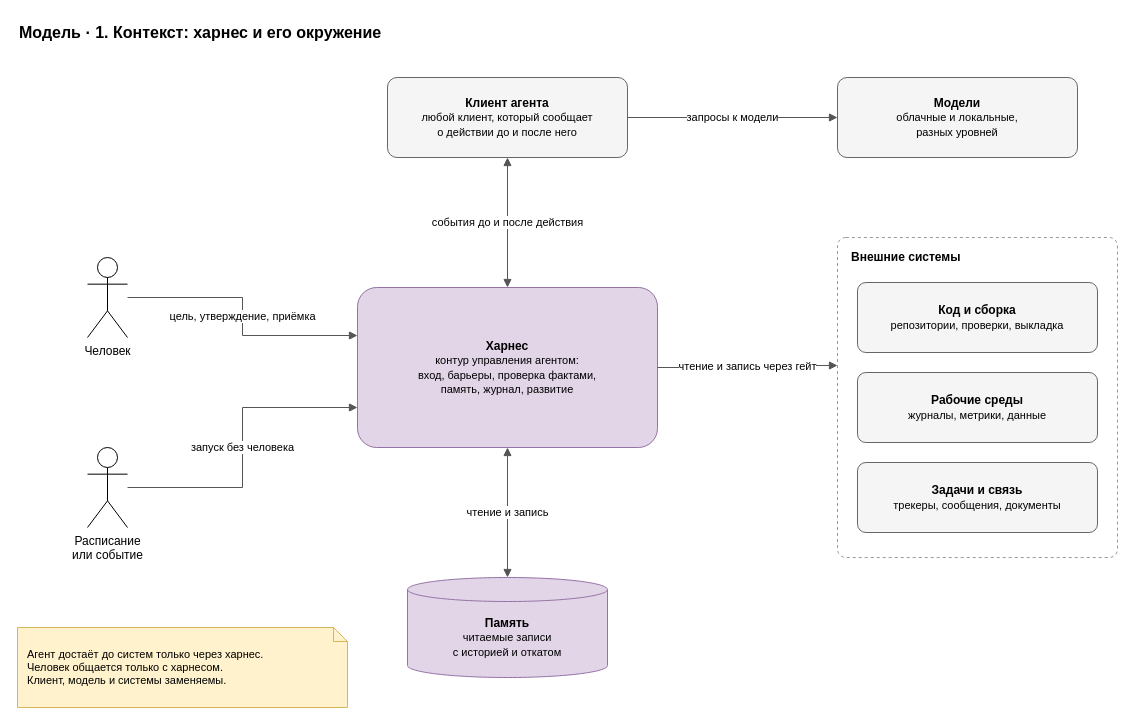
This is page "1. Контекст" (1 of 6) of docs/spec/harness-model.drawio from roygkov/reins, a draw.io file, before an edit. Source tidied: cells renumbered, new cells numbered last; positions are measured from the earlier drawing's top-left corner, leaving out a move shared by most shapes. Both pictures are drawn from the tidied source at 100%, with x=0, y=0 at pixel (17, 17).
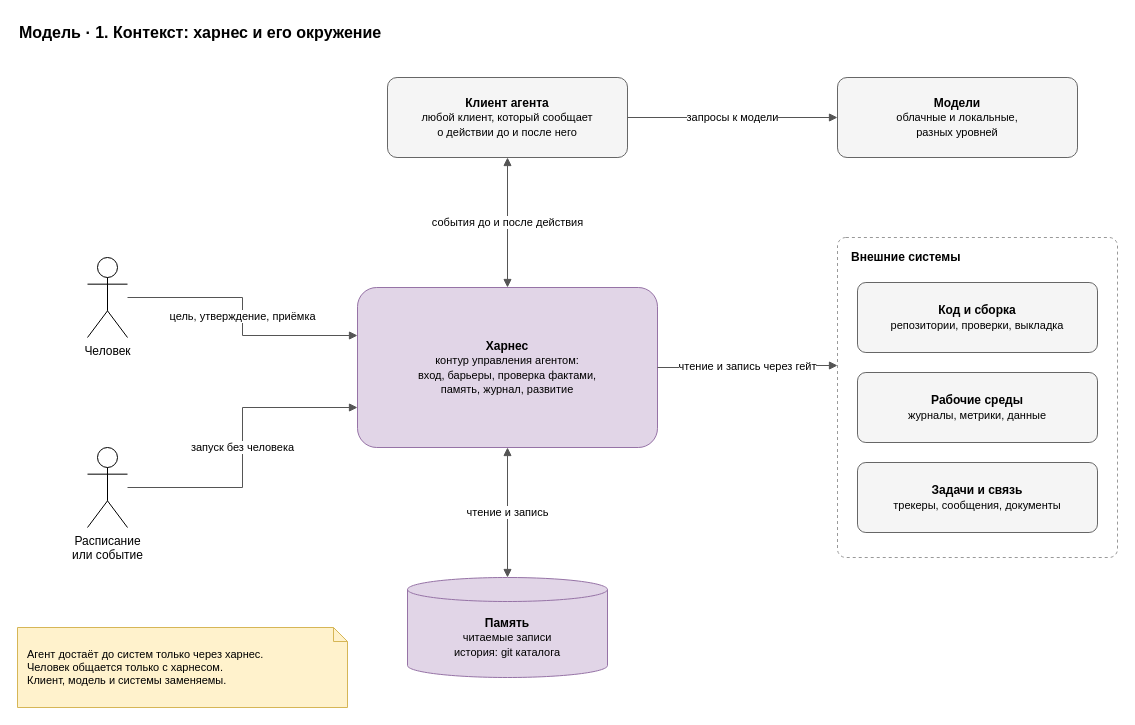
After the change.

Diff of the diagram source:
```diff
@@
 <mxGraphModel>
   <root>
     <mxCell id="0" />
     <mxCell id="1" parent="0" />
     <mxCell id="2" value="Модель · 1. Контекст: харнес и его окружение" style="text;html=1;align=left;verticalAlign=middle;whiteSpace=wrap;fontSize=16;strokeColor=none;fillColor=none;fontStyle=1;" parent="1" vertex="1">
       <mxGeometry width="800" height="30" as="geometry" />
     </mxCell>
     <mxCell id="3" value="&lt;b&gt;Харнес&lt;/b&gt;&lt;br&gt;&lt;font style=&quot;font-size:11px&quot;&gt;контур управления агентом:&lt;br&gt;вход, барьеры, проверка фактами,&lt;br&gt;память, журнал, развитие&lt;/font&gt;" style="rounded=1;whiteSpace=wrap;html=1;fillColor=#e1d5e7;strokeColor=#9673a6;arcSize=12;" parent="1" vertex="1">
       <mxGeometry x="340" y="270" width="300" height="160" as="geometry" />
     </mxCell>
     <mxCell id="4" value="Человек" style="shape=umlActor;verticalLabelPosition=bottom;verticalAlign=top;html=1;outlineConnect=0;" parent="1" vertex="1">
       <mxGeometry x="70" y="240" width="40" height="80" as="geometry" />
     </mxCell>
     <mxCell id="5" value="Расписание&lt;br&gt;или событие" style="shape=umlActor;verticalLabelPosition=bottom;verticalAlign=top;html=1;outlineConnect=0;" parent="1" vertex="1">
       <mxGeometry x="70" y="430" width="40" height="80" as="geometry" />
     </mxCell>
     <mxCell id="6" value="&lt;b&gt;Клиент агента&lt;/b&gt;&lt;br&gt;&lt;font style=&quot;font-size:11px&quot;&gt;любой клиент, который сообщает&lt;br&gt;о действии до и после него&lt;/font&gt;" style="rounded=1;whiteSpace=wrap;html=1;fillColor=#f5f5f5;strokeColor=#666666;arcSize=12;" parent="1" vertex="1">
       <mxGeometry x="370" y="60" width="240" height="80" as="geometry" />
     </mxCell>
     <mxCell id="7" value="&lt;b&gt;Модели&lt;/b&gt;&lt;br&gt;&lt;font style=&quot;font-size:11px&quot;&gt;облачные и локальные,&lt;br&gt;разных уровней&lt;/font&gt;" style="rounded=1;whiteSpace=wrap;html=1;fillColor=#f5f5f5;strokeColor=#666666;arcSize=12;" parent="1" vertex="1">
       <mxGeometry x="820" y="60" width="240" height="80" as="geometry" />
     </mxCell>
     <mxCell id="8" value="&lt;b&gt;Внешние системы&lt;/b&gt;" style="rounded=1;whiteSpace=wrap;html=1;dashed=1;fillColor=none;strokeColor=#999999;verticalAlign=top;align=left;spacingLeft=12;spacingTop=6;arcSize=3;" parent="1" vertex="1">
       <mxGeometry x="820" y="220" width="280" height="320" as="geometry" />
     </mxCell>
     <mxCell id="9" value="&lt;b&gt;Код и сборка&lt;/b&gt;&lt;br&gt;&lt;font style=&quot;font-size:11px&quot;&gt;репозитории, проверки, выкладка&lt;/font&gt;" style="rounded=1;whiteSpace=wrap;html=1;fillColor=#f5f5f5;strokeColor=#666666;arcSize=12;" parent="1" vertex="1">
       <mxGeometry x="840" y="265" width="240" height="70" as="geometry" />
     </mxCell>
     <mxCell id="10" value="&lt;b&gt;Рабочие среды&lt;/b&gt;&lt;br&gt;&lt;font style=&quot;font-size:11px&quot;&gt;журналы, метрики, данные&lt;/font&gt;" style="rounded=1;whiteSpace=wrap;html=1;fillColor=#f5f5f5;strokeColor=#666666;arcSize=12;" parent="1" vertex="1">
       <mxGeometry x="840" y="355" width="240" height="70" as="geometry" />
     </mxCell>
     <mxCell id="11" value="&lt;b&gt;Задачи и связь&lt;/b&gt;&lt;br&gt;&lt;font style=&quot;font-size:11px&quot;&gt;трекеры, сообщения, документы&lt;/font&gt;" style="rounded=1;whiteSpace=wrap;html=1;fillColor=#f5f5f5;strokeColor=#666666;arcSize=12;" parent="1" vertex="1">
       <mxGeometry x="840" y="445" width="240" height="70" as="geometry" />
     </mxCell>
-    <mxCell id="12" value="&lt;b&gt;Память&lt;/b&gt;&lt;br&gt;&lt;font style=&quot;font-size:11px&quot;&gt;читаемые записи&lt;br&gt;с историей и откатом&lt;/font&gt;" style="shape=cylinder3;whiteSpace=wrap;html=1;boundedLbl=1;backgroundOutline=1;size=12;fillColor=#e1d5e7;strokeColor=#9673a6;" parent="1" vertex="1">
+    <mxCell id="12" value="&lt;b&gt;Память&lt;/b&gt;&lt;br&gt;&lt;font style=&quot;font-size:11px&quot;&gt;читаемые записи&lt;br&gt;история: git каталога&lt;/font&gt;" style="shape=cylinder3;whiteSpace=wrap;html=1;boundedLbl=1;backgroundOutline=1;size=12;fillColor=#e1d5e7;strokeColor=#9673a6;" parent="1" vertex="1">
       <mxGeometry x="390" y="560" width="200" height="100" as="geometry" />
     </mxCell>
     <mxCell id="13" value="цель, утверждение, приёмка" style="edgeStyle=orthogonalEdgeStyle;rounded=0;html=1;endArrow=block;endFill=1;strokeColor=#555555;fontSize=11;labelBackgroundColor=#ffffff;exitX=1;exitY=0.5;entryX=0;entryY=0.3;" parent="1" edge="1" source="4" target="3">
       <mxGeometry relative="1" as="geometry" />
     </mxCell>
     <mxCell id="14" value="запуск без человека" style="edgeStyle=orthogonalEdgeStyle;rounded=0;html=1;endArrow=block;endFill=1;strokeColor=#555555;fontSize=11;labelBackgroundColor=#ffffff;exitX=1;exitY=0.5;entryX=0;entryY=0.75;" parent="1" edge="1" source="5" target="3">
       <mxGeometry relative="1" as="geometry" />
     </mxCell>
     <mxCell id="15" value="события до и после действия" style="edgeStyle=orthogonalEdgeStyle;rounded=0;html=1;endArrow=block;endFill=1;strokeColor=#555555;fontSize=11;labelBackgroundColor=#ffffff;startArrow=block;startFill=1;" parent="1" edge="1" source="6" target="3">
       <mxGeometry relative="1" as="geometry" />
     </mxCell>
     <mxCell id="16" value="запросы к модели" style="edgeStyle=orthogonalEdgeStyle;rounded=0;html=1;endArrow=block;endFill=1;strokeColor=#555555;fontSize=11;labelBackgroundColor=#ffffff;" parent="1" edge="1" source="6" target="7">
       <mxGeometry relative="1" as="geometry" />
     </mxCell>
     <mxCell id="17" value="чтение и запись через гейт" style="edgeStyle=orthogonalEdgeStyle;rounded=0;html=1;endArrow=block;endFill=1;strokeColor=#555555;fontSize=11;labelBackgroundColor=#ffffff;exitX=1;exitY=0.5;entryX=0;entryY=0.4;" parent="1" edge="1" source="3" target="8">
       <mxGeometry relative="1" as="geometry" />
     </mxCell>
     <mxCell id="18" value="чтение и запись" style="edgeStyle=orthogonalEdgeStyle;rounded=0;html=1;endArrow=block;endFill=1;strokeColor=#555555;fontSize=11;labelBackgroundColor=#ffffff;startArrow=block;startFill=1;" parent="1" edge="1" source="3" target="12">
       <mxGeometry relative="1" as="geometry" />
     </mxCell>
     <mxCell id="19" value="Агент достаёт до систем только через харнес.&lt;br&gt;Человек общается только с харнесом.&lt;br&gt;Клиент, модель и системы заменяемы." style="shape=note;whiteSpace=wrap;html=1;backgroundOutline=1;size=14;fillColor=#fff2cc;strokeColor=#d6b656;align=left;spacingLeft=8;spacingRight=8;fontSize=11;" parent="1" vertex="1">
       <mxGeometry y="610" width="330" height="80" as="geometry" />
     </mxCell>
   </root>
 </mxGraphModel>
```
